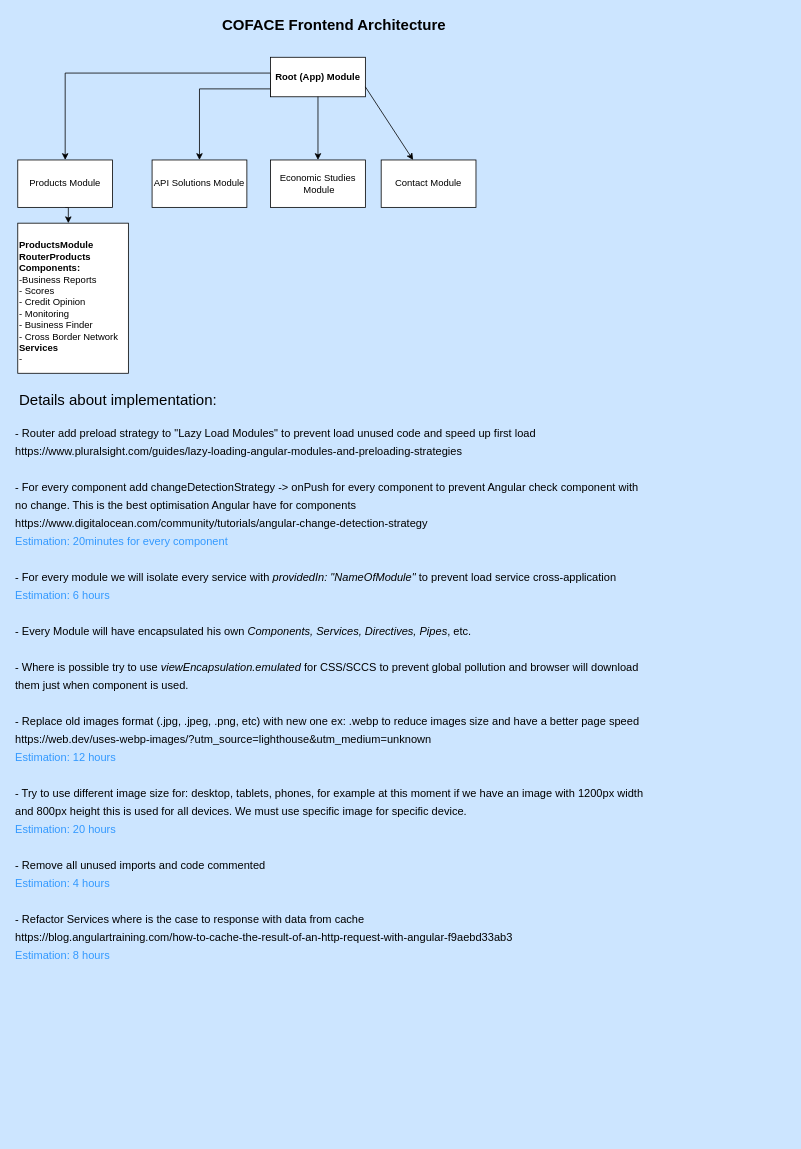
Earlier version of the draw.io diagram Untitled Diagram.drawio (valikonen/coface). Source tidied: cells renumbered, new cells numbered last; positions are measured from the earlier drawing's top-left corner, leaving out a move shared by most shapes. Both pictures are drawn from the tidied source at 79%, with x=0, y=0 at pixel (13, 13).
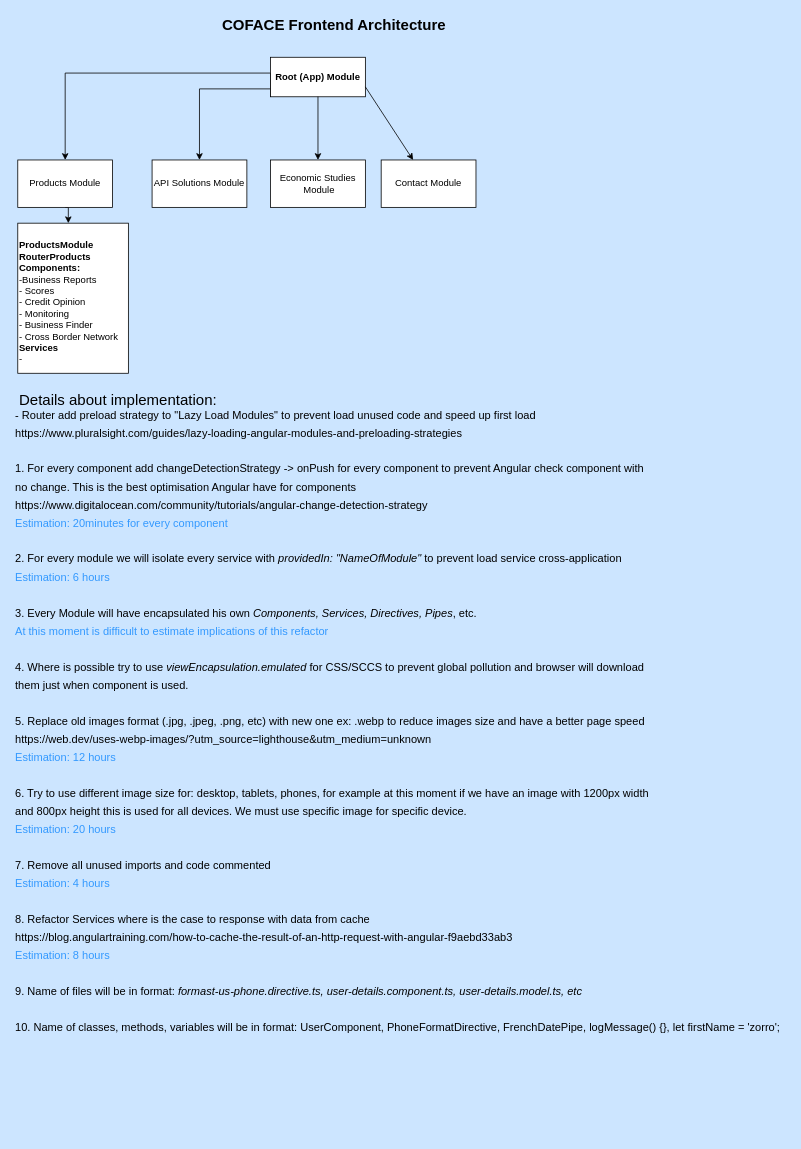
After the change.

What changed in the source:
```diff
@@
 <mxGraphModel background="#CCE5FF">
   <root>
     <mxCell id="0" />
     <mxCell id="1" parent="0" />
     <mxCell id="2" style="edgeStyle=orthogonalEdgeStyle;rounded=0;jettySize=auto;html=1;exitX=0;exitY=1;exitDx=0;exitDy=0;" parent="1" edge="1" source="4" target="6">
       <mxGeometry relative="1" as="geometry">
         <Array as="points">
           <mxPoint x="325" y="75" />
           <mxPoint x="65" y="75" />
         </Array>
       </mxGeometry>
     </mxCell>
     <mxCell id="3" style="edgeStyle=orthogonalEdgeStyle;rounded=0;jettySize=auto;html=1;exitX=0.5;exitY=1;exitDx=0;exitDy=0;" parent="1" edge="1" source="4" target="8">
       <mxGeometry relative="1" as="geometry">
         <Array as="points">
           <mxPoint x="385" y="95" />
           <mxPoint x="235" y="95" />
         </Array>
       </mxGeometry>
     </mxCell>
     <mxCell id="4" value="Root (App) Module" style="rounded=0;whiteSpace=wrap;html=1;fontStyle=1;" parent="1" vertex="1">
       <mxGeometry x="325" y="55" width="120" height="50" as="geometry" />
     </mxCell>
     <mxCell id="5" style="edgeStyle=orthogonalEdgeStyle;rounded=0;jettySize=auto;html=1;exitX=0.5;exitY=1;exitDx=0;exitDy=0;entryX=0.457;entryY=0;entryDx=0;entryDy=0;entryPerimeter=0;" parent="1" edge="1" source="6" target="7">
       <mxGeometry relative="1" as="geometry" />
     </mxCell>
     <mxCell id="6" value="Products Module&lt;br&gt;" style="rounded=0;whiteSpace=wrap;html=1;" parent="1" vertex="1">
       <mxGeometry x="5" y="185" width="120" height="60" as="geometry" />
     </mxCell>
     <mxCell id="7" value="&lt;b&gt;&lt;br&gt;ProductsModule&lt;br&gt;RouterProducts&lt;br&gt;Components:&lt;/b&gt;&lt;br&gt;-Business Reports&lt;br&gt;- Scores&lt;br&gt;- Credit Opinion&lt;br&gt;- Monitoring&lt;br&gt;- Business Finder&lt;br&gt;- Cross Border Network&lt;br&gt;&lt;b&gt;Services&lt;br&gt;&lt;/b&gt;-" style="rounded=0;whiteSpace=wrap;html=1;align=left;verticalAlign=top;" parent="1" vertex="1">
       <mxGeometry x="5" y="265" width="140" height="190" as="geometry" />
     </mxCell>
     <mxCell id="8" value="API Solutions Module" style="rounded=0;whiteSpace=wrap;html=1;" parent="1" vertex="1">
       <mxGeometry x="175" y="185" width="120" height="60" as="geometry" />
     </mxCell>
     <mxCell id="9" style="endArrow=classic;html=1;exitX=0.5;exitY=1;exitDx=0;exitDy=0;" parent="1" edge="1" source="4">
       <mxGeometry relative="1" as="geometry">
         <mxPoint x="385" y="185" as="targetPoint" />
       </mxGeometry>
     </mxCell>
     <mxCell id="10" value="Economic Studies&lt;br&gt;&amp;nbsp;Module" style="rounded=0;whiteSpace=wrap;html=1;" parent="1" vertex="1">
       <mxGeometry x="325" y="185" width="120" height="60" as="geometry" />
     </mxCell>
     <mxCell id="11" style="endArrow=classic;html=1;exitX=1;exitY=0.75;exitDx=0;exitDy=0;" parent="1" edge="1" source="4" target="12">
       <mxGeometry relative="1" as="geometry" />
     </mxCell>
     <mxCell id="12" value="Contact Module" style="rounded=0;whiteSpace=wrap;html=1;" parent="1" vertex="1">
       <mxGeometry x="465" y="185" width="120" height="60" as="geometry" />
     </mxCell>
     <mxCell id="13" value="COFACE Frontend Architecture" style="text;html=1;align=center;verticalAlign=middle;fontSize=19;fontStyle=1;" parent="1" vertex="1">
       <mxGeometry x="255" width="300" height="30" as="geometry" />
     </mxCell>
     <mxCell id="14" value="Details about implementation:" style="text;html=1;align=left;verticalAlign=middle;fontSize=19;" parent="1" vertex="1">
       <mxGeometry x="5" y="475" width="270" height="30" as="geometry" />
     </mxCell>
-    <mxCell id="15" value="&lt;font&gt;&lt;span style=&quot;font-size: 14px&quot;&gt;- Router add preload strategy to &quot;Lazy Load Modules&quot; to prevent load unused code and speed up first load&lt;/span&gt;&lt;br&gt;&lt;span style=&quot;font-size: 14px&quot;&gt;https://www.pluralsight.com/guides/lazy-loading-angular-modules-and-preloading-strategies&lt;/span&gt;&lt;br&gt;&lt;br&gt;&lt;span style=&quot;font-size: 14px&quot;&gt;- For every component add changeDetectionStrategy -&amp;gt; onPush for every component to prevent Angular check component with &lt;br&gt;no change. This is the best optimisation Angular have for components&lt;/span&gt;&lt;br&gt;&lt;span style=&quot;font-size: 14px&quot;&gt;https://www.digitalocean.com/community/tutorials/angular-change-detection-strategy&lt;/span&gt;&lt;br&gt;&lt;font color=&quot;#3399ff&quot; style=&quot;font-size: 14px&quot;&gt;Estimation: 20minutes for every component&amp;nbsp;&lt;br&gt;&lt;br&gt;&lt;/font&gt;&lt;span style=&quot;font-size: 14px&quot;&gt;- For every module we will isolate every service with &lt;/span&gt;&lt;i style=&quot;font-size: 14px&quot;&gt;providedIn: &quot;NameOfModule&quot;&lt;/i&gt;&lt;span style=&quot;font-size: 14px&quot;&gt; to prevent load service cross-application&lt;br&gt;&lt;/span&gt;&lt;span style=&quot;color: rgb(51 , 153 , 255) ; font-size: 14px&quot;&gt;Estimation: 6 hours&lt;/span&gt;&lt;br&gt;&lt;br&gt;&lt;span style=&quot;font-size: 14px&quot;&gt;- Every Module will have encapsulated his own&lt;/span&gt;&lt;i style=&quot;font-size: 14px&quot;&gt; Components, Services, Directives, Pipes&lt;/i&gt;&lt;span style=&quot;font-size: 14px&quot;&gt;, etc.&lt;/span&gt;&lt;br&gt;&lt;br&gt;&lt;span style=&quot;font-size: 14px&quot;&gt;- Where is possible try to use &lt;/span&gt;&lt;i style=&quot;font-size: 14px&quot;&gt;viewEncapsulation.emulated&lt;/i&gt;&lt;span style=&quot;font-size: 14px&quot;&gt; for CSS/SCCS to prevent global pollution and browser will download &lt;/span&gt;&lt;br&gt;&lt;span style=&quot;font-size: 14px&quot;&gt;them just when component is used.&lt;/span&gt;&lt;br&gt;&lt;br&gt;&lt;span style=&quot;font-size: 14px&quot;&gt;- Replace old images format (.jpg, .jpeg, .png, etc) with new one ex: .webp to reduce images size and have a better page speed&lt;/span&gt;&lt;br&gt;&lt;span style=&quot;font-size: 14px&quot;&gt;https://web.dev/uses-webp-images/?utm_source=lighthouse&amp;amp;utm_medium=unknown&amp;nbsp;&lt;/span&gt;&lt;br&gt;&lt;span style=&quot;font-size: 14px ; color: rgb(51 , 153 , 255)&quot;&gt;Estimation: 12 hours&lt;br&gt;&lt;br&gt;&lt;/span&gt;&lt;span style=&quot;font-size: 14px&quot;&gt;- Try to use different image size for: desktop, tablets, phones, for example at this moment if we have an image with 1200px width &lt;/span&gt;&lt;br&gt;&lt;span style=&quot;font-size: 14px&quot;&gt;and 800px height this is used for all devices. We must use specific image for specific device.&lt;/span&gt;&lt;br&gt;&lt;span style=&quot;font-size: 14px ; color: rgb(51 , 153 , 255)&quot;&gt;Estimation: 20 hours&lt;br&gt;&lt;br&gt;&lt;/span&gt;&lt;font style=&quot;font-size: 14px&quot;&gt;- Remove all unused imports and code commented&lt;/font&gt;&lt;br&gt;&lt;font color=&quot;#3399ff&quot;&gt;&lt;span style=&quot;font-size: 14px&quot;&gt;Estimation: 4 hours&lt;/span&gt;&lt;/font&gt;&lt;br&gt;&lt;br&gt;&lt;span style=&quot;font-size: 14px&quot;&gt;- Refactor Services where is the case to response with data from cache&lt;/span&gt;&lt;br&gt;&lt;span style=&quot;font-size: 14px&quot;&gt;https://blog.angulartraining.com/how-to-cache-the-result-of-an-http-request-with-angular-f9aebd33ab3&amp;nbsp;&lt;br&gt;&lt;/span&gt;&lt;span style=&quot;color: rgb(51 , 153 , 255) ; font-size: 14px&quot;&gt;Estimation: 8 hours&lt;/span&gt;&lt;span style=&quot;font-size: 14px&quot;&gt;&lt;br&gt;&lt;/span&gt;&lt;br&gt;&lt;br&gt;&lt;br&gt;&lt;br&gt;&lt;br&gt;&lt;br&gt;&lt;br&gt;&lt;/font&gt;" style="text;html=1;align=left;verticalAlign=middle;fontSize=19;" parent="1" vertex="1">
-      <mxGeometry y="485" width="810" height="910" as="geometry" />
+    <mxCell id="15" value="&lt;font&gt;&lt;span style=&quot;font-size: 14px&quot;&gt;- Router add preload strategy to &quot;Lazy Load Modules&quot; to prevent load unused code and speed up first load&lt;/span&gt;&lt;br&gt;&lt;span style=&quot;font-size: 14px&quot;&gt;https://www.pluralsight.com/guides/lazy-loading-angular-modules-and-preloading-strategies&lt;/span&gt;&lt;br&gt;&lt;br&gt;&lt;span style=&quot;font-size: 14px&quot;&gt;1. For every component add changeDetectionStrategy -&amp;gt; onPush for every component to prevent Angular check component with &lt;br&gt;no change. This is the best optimisation Angular have for components&lt;/span&gt;&lt;br&gt;&lt;span style=&quot;font-size: 14px&quot;&gt;https://www.digitalocean.com/community/tutorials/angular-change-detection-strategy&lt;/span&gt;&lt;br&gt;&lt;font color=&quot;#3399ff&quot; style=&quot;font-size: 14px&quot;&gt;Estimation: 20minutes for every component&amp;nbsp;&lt;br&gt;&lt;br&gt;&lt;/font&gt;&lt;span style=&quot;font-size: 14px&quot;&gt;2. For every module we will isolate every service with &lt;/span&gt;&lt;i style=&quot;font-size: 14px&quot;&gt;providedIn: &quot;NameOfModule&quot;&lt;/i&gt;&lt;span style=&quot;font-size: 14px&quot;&gt; to prevent load service cross-application&lt;br&gt;&lt;/span&gt;&lt;span style=&quot;color: rgb(51 , 153 , 255) ; font-size: 14px&quot;&gt;Estimation: 6 hours&lt;/span&gt;&lt;br&gt;&lt;br&gt;&lt;span style=&quot;font-size: 14px&quot;&gt;3. Every Module will have encapsulated his own&lt;/span&gt;&lt;i style=&quot;font-size: 14px&quot;&gt; Components, Services, Directives, Pipes&lt;/i&gt;&lt;span style=&quot;font-size: 14px&quot;&gt;, etc.&lt;br&gt;&lt;/span&gt;&lt;font color=&quot;#3399ff&quot; style=&quot;font-size: 14px&quot;&gt;At this moment is difficult to estimate implications of this refactor&lt;/font&gt;&lt;br&gt;&lt;br&gt;&lt;span style=&quot;font-size: 14px&quot;&gt;4. Where is possible try to use &lt;/span&gt;&lt;i style=&quot;font-size: 14px&quot;&gt;viewEncapsulation.emulated&lt;/i&gt;&lt;span style=&quot;font-size: 14px&quot;&gt; for CSS/SCCS to prevent global pollution and browser will download &lt;/span&gt;&lt;br&gt;&lt;span style=&quot;font-size: 14px&quot;&gt;them just when component is used.&lt;/span&gt;&lt;br&gt;&lt;br&gt;&lt;span style=&quot;font-size: 14px&quot;&gt;5. Replace old images format (.jpg, .jpeg, .png, etc) with new one ex: .webp to reduce images size and have a better page speed&lt;/span&gt;&lt;br&gt;&lt;span style=&quot;font-size: 14px&quot;&gt;https://web.dev/uses-webp-images/?utm_source=lighthouse&amp;amp;utm_medium=unknown&amp;nbsp;&lt;/span&gt;&lt;br&gt;&lt;span style=&quot;font-size: 14px ; color: rgb(51 , 153 , 255)&quot;&gt;Estimation: 12 hours&lt;br&gt;&lt;br&gt;&lt;/span&gt;&lt;span style=&quot;font-size: 14px&quot;&gt;6. Try to use different image size for: desktop, tablets, phones, for example at this moment if we have an image with 1200px width &lt;/span&gt;&lt;br&gt;&lt;span style=&quot;font-size: 14px&quot;&gt;and 800px height this is used for all devices. We must use specific image for specific device.&lt;/span&gt;&lt;br&gt;&lt;span style=&quot;font-size: 14px ; color: rgb(51 , 153 , 255)&quot;&gt;Estimation: 20 hours&lt;br&gt;&lt;br&gt;&lt;/span&gt;&lt;font style=&quot;font-size: 14px&quot;&gt;7. Remove all unused imports and code commented&lt;/font&gt;&lt;br&gt;&lt;font color=&quot;#3399ff&quot;&gt;&lt;span style=&quot;font-size: 14px&quot;&gt;Estimation: 4 hours&lt;/span&gt;&lt;/font&gt;&lt;br&gt;&lt;br&gt;&lt;span style=&quot;font-size: 14px&quot;&gt;8. Refactor Services where is the case to response with data from cache&lt;/span&gt;&lt;br&gt;&lt;span style=&quot;font-size: 14px&quot;&gt;https://blog.angulartraining.com/how-to-cache-the-result-of-an-http-request-with-angular-f9aebd33ab3&amp;nbsp;&lt;br&gt;&lt;/span&gt;&lt;span style=&quot;color: rgb(51 , 153 , 255) ; font-size: 14px&quot;&gt;Estimation: 8 hours&lt;br&gt;&lt;/span&gt;&lt;span style=&quot;font-size: 14px&quot;&gt;&lt;br&gt;9. Name of files will be in format: &lt;i&gt;formast-us-phone.directive.ts, user-details.component.ts, user-details.model.ts, etc&lt;br&gt;&lt;/i&gt;&lt;br&gt;&lt;/span&gt;&lt;span style=&quot;font-size: 14px&quot;&gt;10. Name of classes, methods, variables will be in format: UserComponent, PhoneFormatDirective, FrenchDatePipe, logMessage() {}, let firstName = 'zorro';&lt;/span&gt;&lt;br&gt;&lt;br&gt;&lt;br&gt;&lt;br&gt;&lt;br&gt;&lt;/font&gt;" style="text;html=1;align=left;verticalAlign=middle;fontSize=19;" parent="1" vertex="1">
+      <mxGeometry y="460" width="980" height="960" as="geometry" />
     </mxCell>
   </root>
 </mxGraphModel>
```
